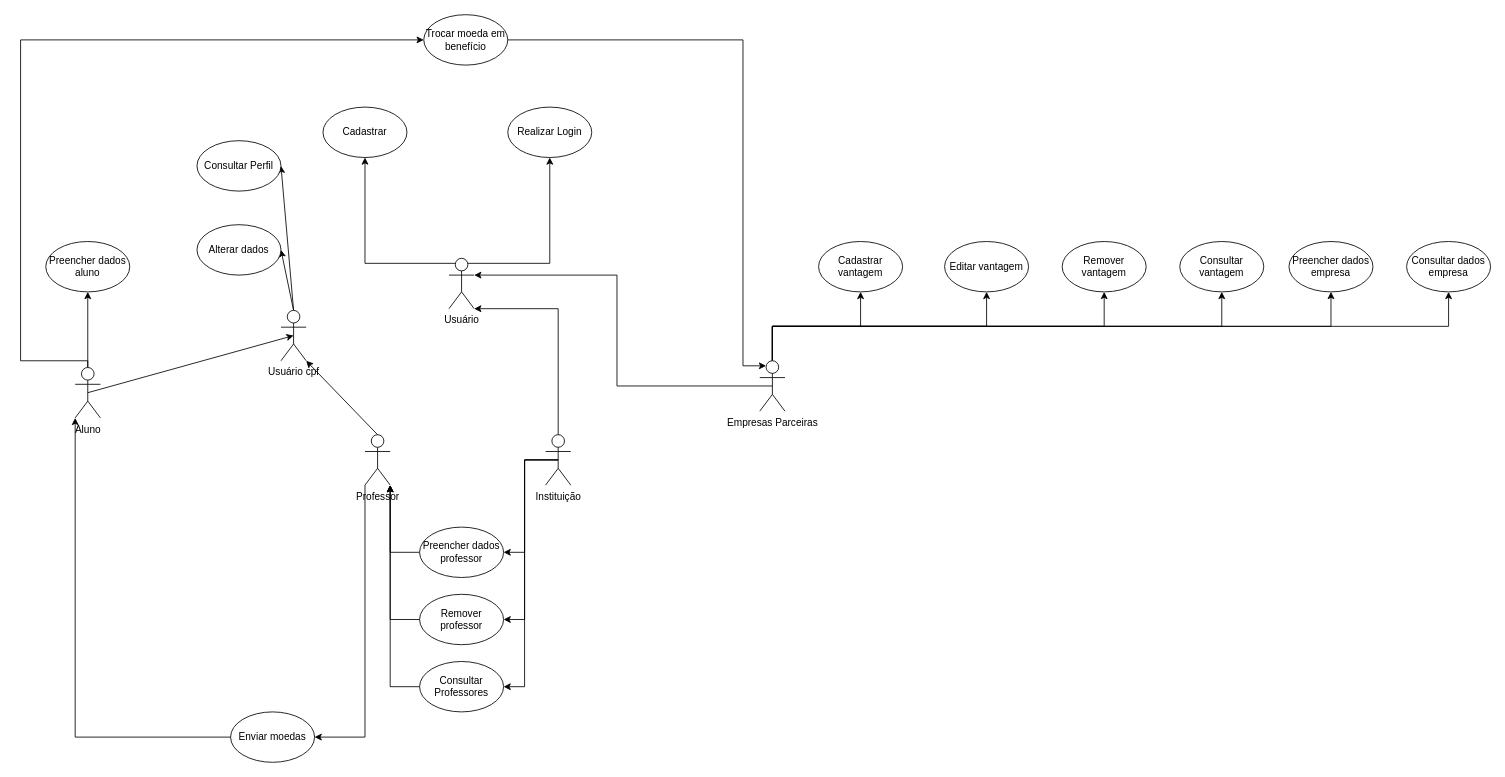
Puc-Minas-activities-organization/Sistema-de-Moeda-Estudantil keeps this draw.io diagram as projeto/Diagrama De Casos de Uso.drawio. Above is the earlier version. Source tidied: cells renumbered, new cells numbered last; positions are measured from the earlier drawing's top-left corner, leaving out a move shared by most shapes. Both pictures are drawn from the tidied source at 84%, with x=0, y=0 at pixel (20, 14).
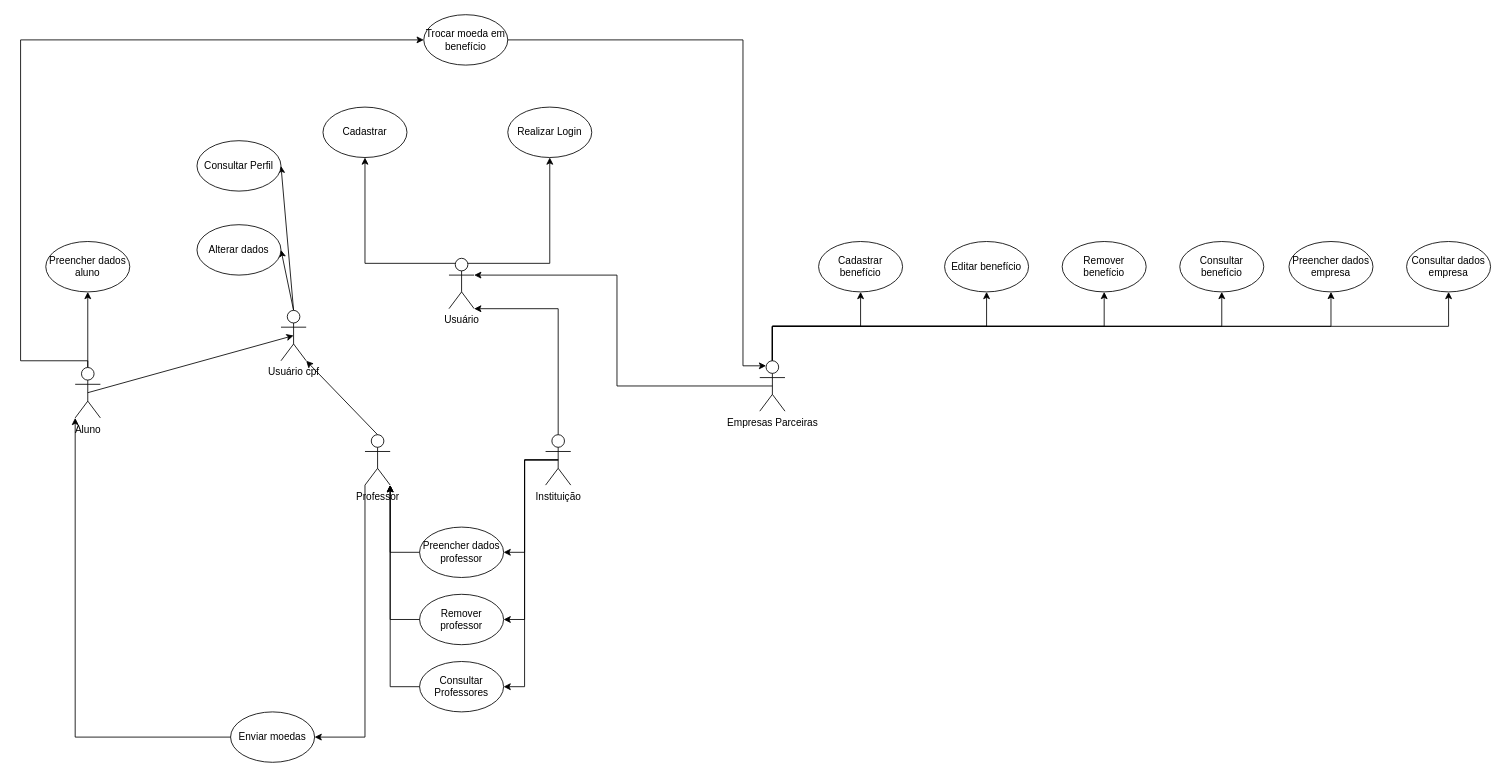
The same page after the edit.

Commit message (it also covers changes not shown here):
criando historias de usuário e alterações em diagrama de casoss de uso

What changed in the source:
```diff
@@
-    <mxCell id="29" value="Cadastrar vantagem" style="ellipse;whiteSpace=wrap;html=1;" parent="1" vertex="1">
+    <mxCell id="29" value="Cadastrar benefício" style="ellipse;whiteSpace=wrap;html=1;" parent="1" vertex="1">
       <mxGeometry x="950" y="270" width="100" height="60" as="geometry" />
     </mxCell>
-    <mxCell id="30" value="Editar vantagem" style="ellipse;whiteSpace=wrap;html=1;" parent="1" vertex="1">
+    <mxCell id="30" value="Editar benefício" style="ellipse;whiteSpace=wrap;html=1;" parent="1" vertex="1">
       <mxGeometry x="1100" y="270" width="100" height="60" as="geometry" />
     </mxCell>
-    <mxCell id="31" value="Remover vantagem" style="ellipse;whiteSpace=wrap;html=1;" parent="1" vertex="1">
+    <mxCell id="31" value="Remover benefício" style="ellipse;whiteSpace=wrap;html=1;" parent="1" vertex="1">
       <mxGeometry x="1240" y="270" width="100" height="60" as="geometry" />
     </mxCell>
-    <mxCell id="32" value="Consultar vantagem" style="ellipse;whiteSpace=wrap;html=1;" parent="1" vertex="1">
+    <mxCell id="32" value="Consultar benefício" style="ellipse;whiteSpace=wrap;html=1;" parent="1" vertex="1">
       <mxGeometry x="1380" y="270" width="100" height="60" as="geometry" />
     </mxCell>
```
